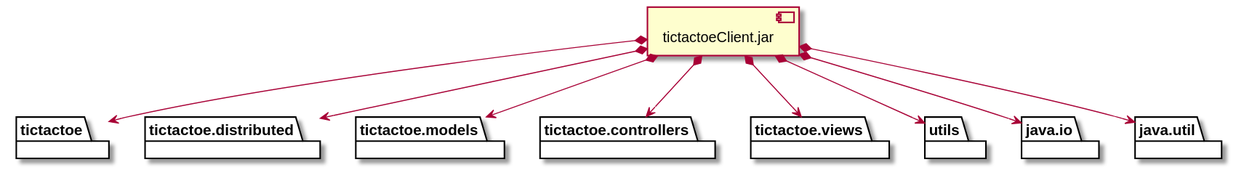
Before: docs/build/docs/asciidoc/images/diagramaImplementacionClient.svg, a diagram exported from PlantUML (x-USantaTecla-game-ticTacToe/java).
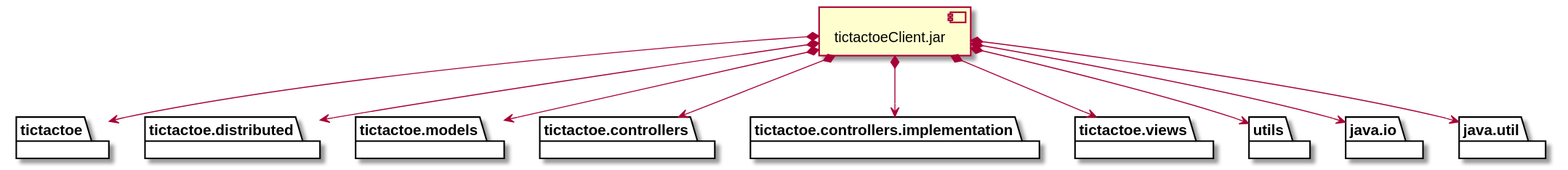
The same diagram one commit later.

Change to the diagram source:
```diff
@@ -7,6 +7,8 @@
 package "  "  as tictactoe.models {
 }
 package "  "  as tictactoe.controllers {
+}
+package "  "  as tictactoe.controllers.implementation {
 }
 package "  "  as tictactoe.views {
 }
@@ -23,6 +25,7 @@
 jarClient *--> tictactoe.distributed
 jarClient *--> tictactoe.models
 jarClient *--> tictactoe.controllers
+jarClient *--> tictactoe.controllers.implementation
 jarClient *--> tictactoe.views
 jarClient *--> utils
 jarClient *--> java.io
```
